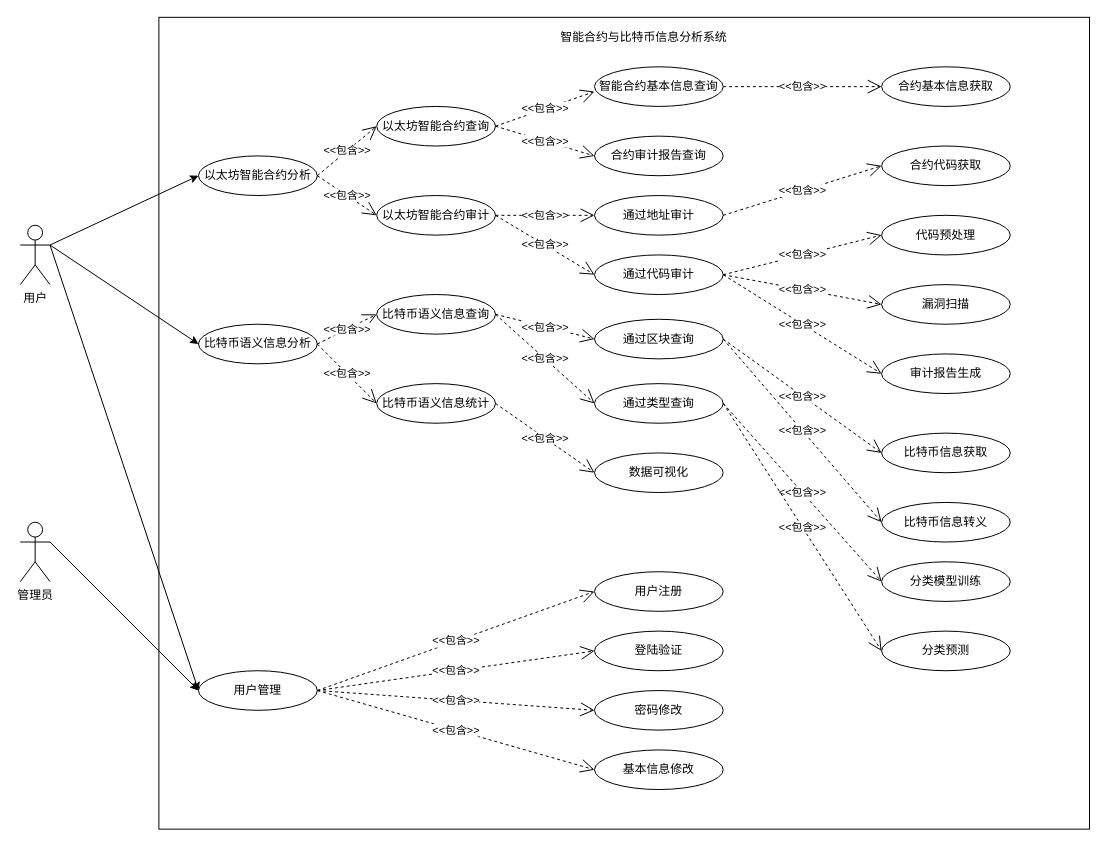
Earlier version of the draw.io diagram umlusecase.drawio (wang2gua/test). Source tidied: cells renumbered, new cells numbered last; positions are measured from the earlier drawing's top-left corner, leaving out a move shared by most shapes. Both pictures are drawn from the tidied source at 99%, with x=0, y=0 at pixel (20, 17).
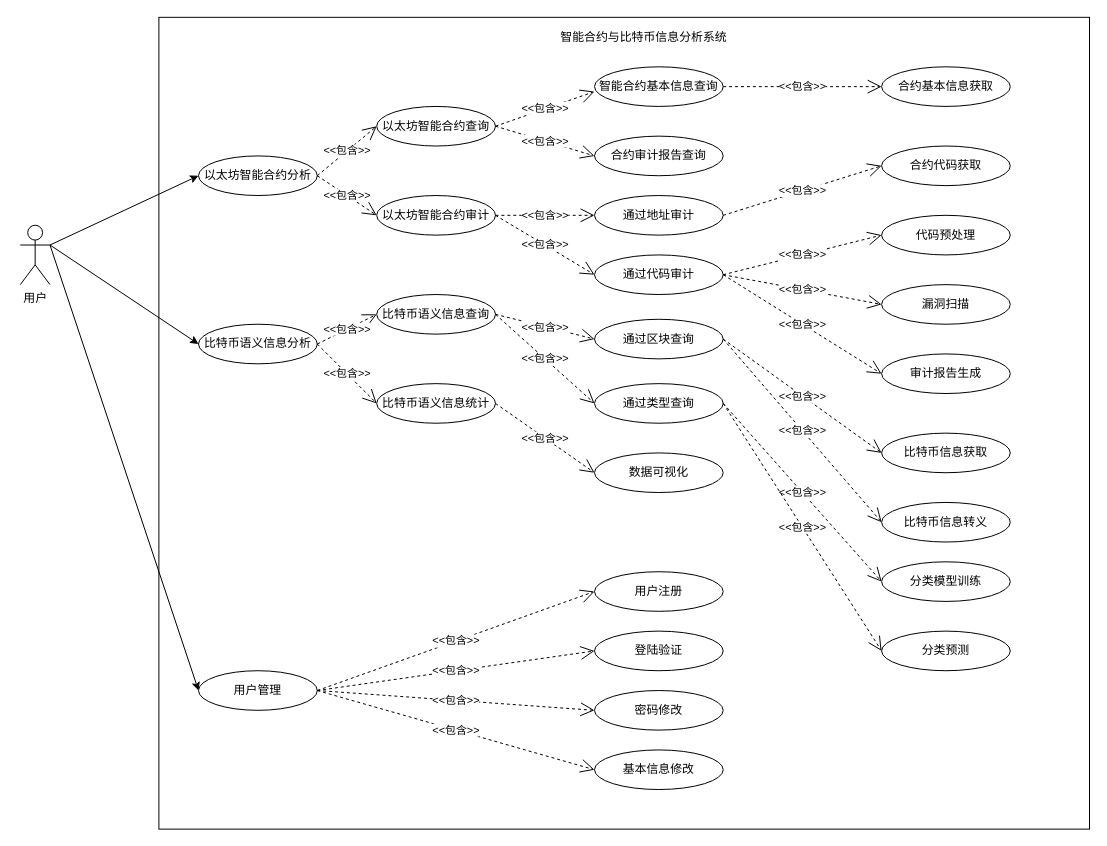
After the change.

Unchanged cells that the change refers to:
```xml
<mxCell id="22" value="用户管理" style="ellipse;whiteSpace=wrap;html=1;" parent="1" vertex="1">
  <mxGeometry x="180" y="660" width="120" height="40" as="geometry" />
</mxCell>
```

What changed in the source:
```diff
@@
-    <mxCell id="21" value="管理员" style="shape=umlActor;verticalLabelPosition=bottom;verticalAlign=top;html=1;outlineConnect=0;" parent="1" vertex="1">
-      <mxGeometry y="510" width="30" height="60" as="geometry" />
-    </mxCell>
@@
-    <mxCell id="24" style="endArrow=classic;html=1;exitX=1;exitY=0.3333333333333333;exitDx=0;exitDy=0;exitPerimeter=0;entryX=0;entryY=0.5;entryDx=0;entryDy=0;" parent="1" edge="1" source="21" target="22">
-      <mxGeometry relative="1" as="geometry" />
-    </mxCell>
```
